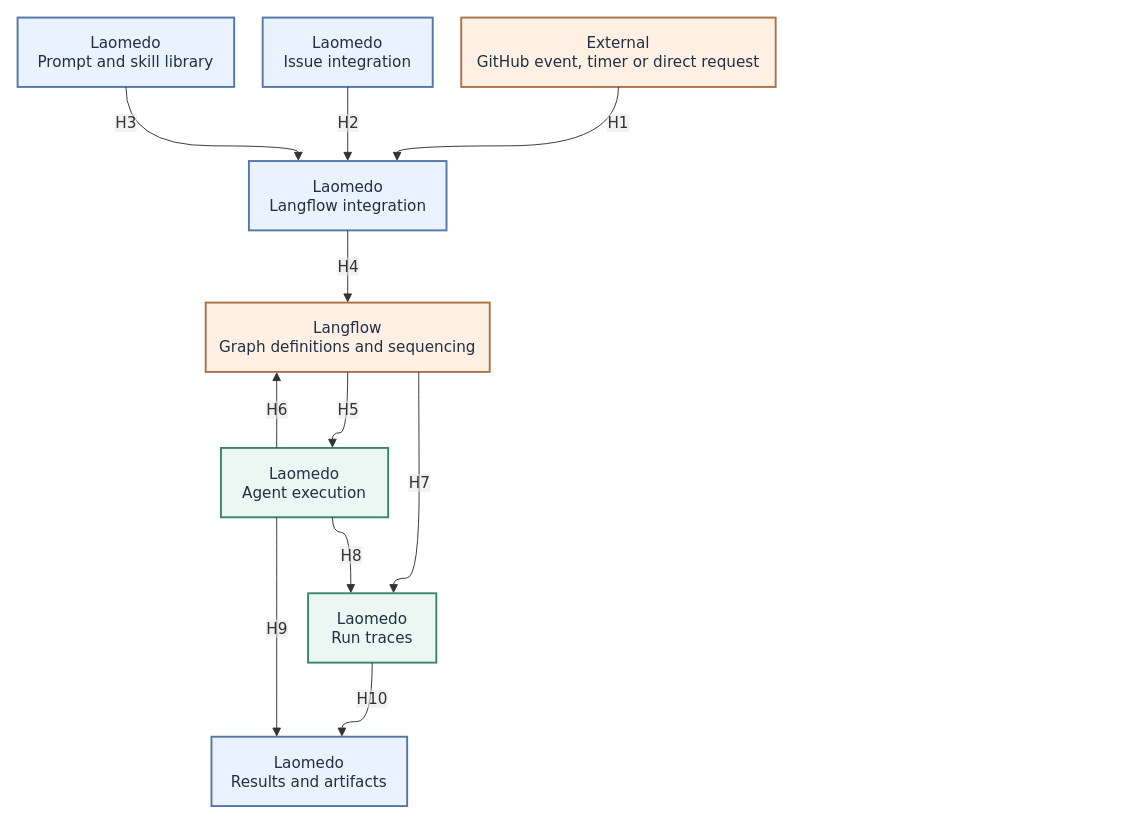
amadou-6e/specs keeps this draw.io diagram as page "1 - Launch and execution" (1 of 2) of projects/laomedo/architecture/subsystem-handoffs.drawio. Above is the earlier version. Source tidied: cells renumbered, new cells numbered last; positions are measured from the earlier drawing's top-left corner, leaving out a move shared by most shapes. Both pictures are drawn from the tidied source at 95%, with x=0, y=0 at pixel (17, 17).
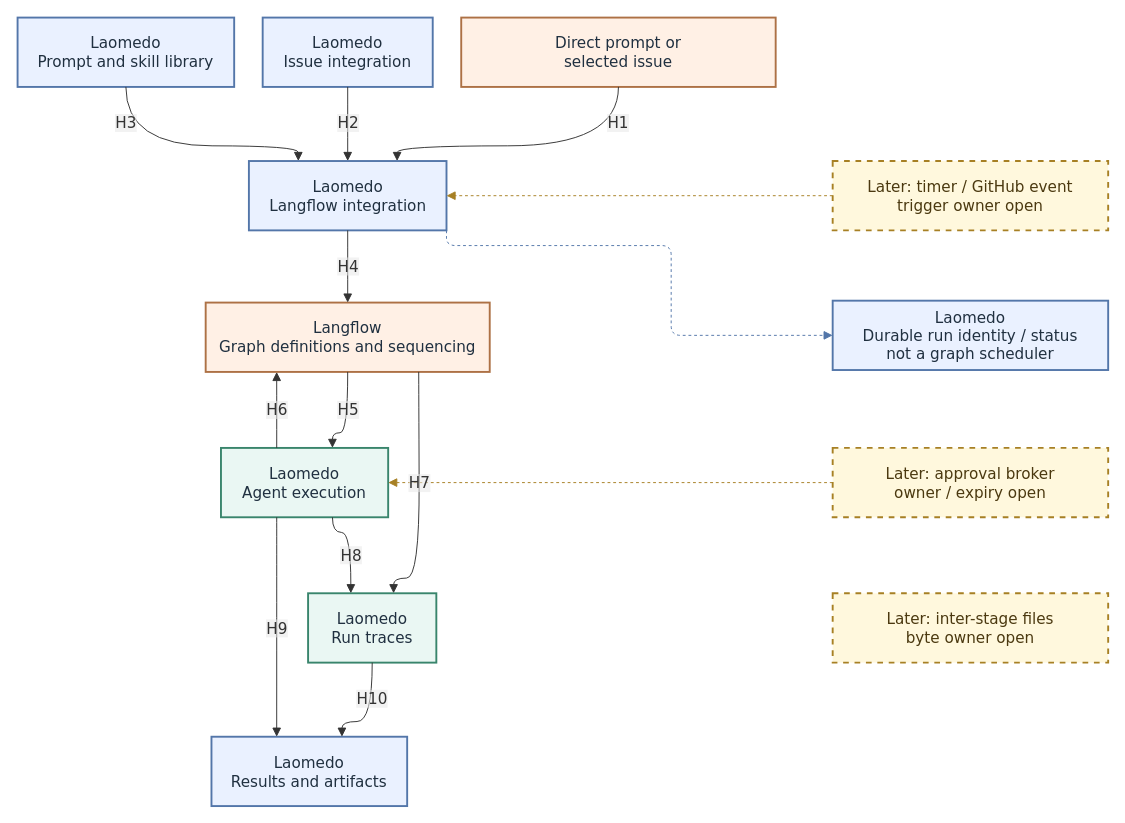
Above is the later version.

Commit message (it also covers changes not shown here):
docs(laomedo): expose graph ownership and first-slice gates

The change refers to these unchanged cells:
```xml
<mxCell id="5" value="Laomedo&#10;Langflow integration" style="html=1;whiteSpace=wrap;strokeWidth=2;fillColor=#eaf1ff;strokeColor=#5376a9;fontColor=#203040;fontFamily=Trebuchet MS,Verdana,Arial,sans-serif;fontSize=16;" parent="1" vertex="1">
  <mxGeometry x="243.5" y="151" width="208" height="73" as="geometry" />
</mxCell>
<mxCell id="7" value="Laomedo&#10;Agent execution" style="html=1;whiteSpace=wrap;strokeWidth=2;fillColor=#eaf7f3;strokeColor=#39856c;fontColor=#203040;fontFamily=Trebuchet MS,Verdana,Arial,sans-serif;fontSize=16;" parent="1" vertex="1">
  <mxGeometry x="214.1" y="453" width="176" height="73" as="geometry" />
</mxCell>
```

What changed in the source:
```diff
@@
-    <mxCell id="2" value="External&#10;GitHub event, timer or direct request" style="html=1;whiteSpace=wrap;strokeWidth=2;fillColor=#fff0e5;strokeColor=#ad7145;fontColor=#203040;fontFamily=Trebuchet MS,Verdana,Arial,sans-serif;fontSize=16;" parent="1" vertex="1">
+    <mxCell id="2" value="Direct prompt or&#10;selected issue" style="html=1;whiteSpace=wrap;strokeWidth=2;fillColor=#fff0e5;strokeColor=#ad7145;fontColor=#203040;fontFamily=Trebuchet MS,Verdana,Arial,sans-serif;fontSize=16;" parent="1" vertex="1">
       <mxGeometry x="467" width="331" height="73" as="geometry" />
     </mxCell>
@@
+    <mxCell id="20" value="Later: timer / GitHub event&#10;trigger owner open" style="html=1;whiteSpace=wrap;strokeWidth=2;dashed=1;fillColor=#fff8dd;strokeColor=#a78024;fontColor=#4b3910;fontFamily=Trebuchet MS,Verdana,Arial,sans-serif;fontSize=16;" parent="1" vertex="1">
+      <mxGeometry x="858" y="151" width="290" height="73" as="geometry" />
+    </mxCell>
+    <mxCell id="21" value="Laomedo&#10;Durable run identity / status&#10;not a graph scheduler" style="html=1;whiteSpace=wrap;strokeWidth=2;fillColor=#eaf1ff;strokeColor=#5376a9;fontColor=#203040;fontFamily=Trebuchet MS,Verdana,Arial,sans-serif;fontSize=16;" parent="1" vertex="1">
+      <mxGeometry x="858" y="298" width="290" height="73" as="geometry" />
+    </mxCell>
+    <mxCell id="22" value="Later: approval broker&#10;owner / expiry open" style="html=1;whiteSpace=wrap;strokeWidth=2;dashed=1;fillColor=#fff8dd;strokeColor=#a78024;fontColor=#4b3910;fontFamily=Trebuchet MS,Verdana,Arial,sans-serif;fontSize=16;" parent="1" vertex="1">
+      <mxGeometry x="858" y="453" width="290" height="73" as="geometry" />
+    </mxCell>
+    <mxCell id="23" value="Later: inter-stage files&#10;byte owner open" style="html=1;whiteSpace=wrap;strokeWidth=2;dashed=1;fillColor=#fff8dd;strokeColor=#a78024;fontColor=#4b3910;fontFamily=Trebuchet MS,Verdana,Arial,sans-serif;fontSize=16;" parent="1" vertex="1">
+      <mxGeometry x="858" y="606" width="290" height="73" as="geometry" />
+    </mxCell>
+    <mxCell id="24" style="html=1;edgeStyle=orthogonalEdgeStyle;dashed=1;strokeColor=#a78024;endArrow=block;endSize=7;" parent="1" edge="1" source="20" target="5">
+      <mxGeometry relative="1" as="geometry" />
+    </mxCell>
+    <mxCell id="25" style="html=1;edgeStyle=orthogonalEdgeStyle;dashed=1;strokeColor=#5376a9;endArrow=block;endSize=7;exitX=1;exitY=1;entryX=0;entryY=0.5;" parent="1" edge="1" source="5" target="21">
+      <mxGeometry relative="1" as="geometry">
+        <Array as="points">
+          <mxPoint x="688" y="240" />
+          <mxPoint x="688" y="334" />
+        </Array>
+      </mxGeometry>
+    </mxCell>
+    <mxCell id="26" style="html=1;edgeStyle=orthogonalEdgeStyle;dashed=1;strokeColor=#a78024;endArrow=block;endSize=7;" parent="1" edge="1" source="22" target="7">
+      <mxGeometry relative="1" as="geometry" />
+    </mxCell>
```
